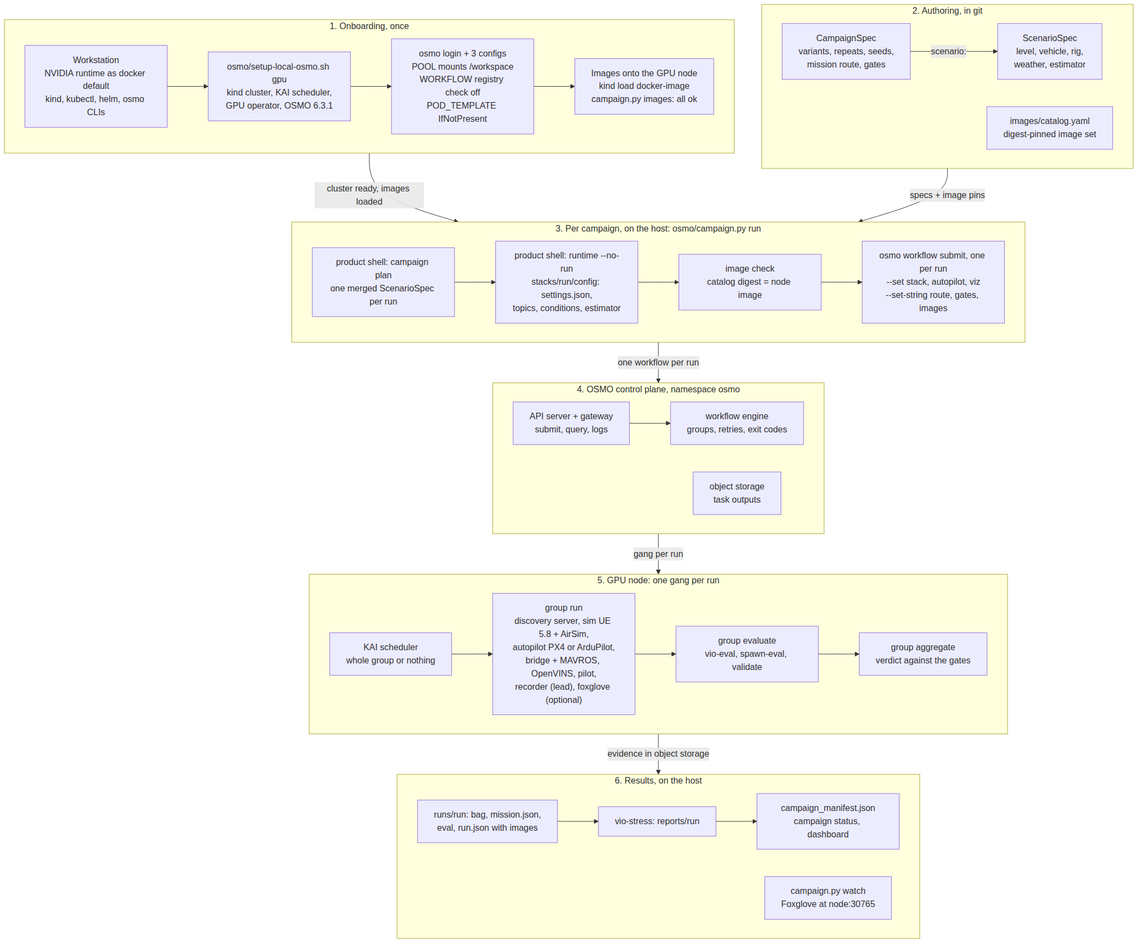
The Mermaid diagram docs/diagrams/osmo-end-to-end.png in DinoHub/M-S-Simulation-Runtime-Stack, before a commit. Its source is kept beside it as docs/diagrams/osmo-end-to-end.mermaid. Its diagram source:
```mermaid
flowchart TB
  subgraph ONB["1. Onboarding, once"]
    direction LR
    W1["Workstation<br/>NVIDIA runtime as docker default<br/>kind, kubectl, helm, osmo CLIs"]
    W2["osmo/setup-local-osmo.sh gpu<br/>kind cluster, KAI scheduler,<br/>GPU operator, OSMO 6.3.1"]
    W3["osmo login + 3 configs<br/>POOL mounts /workspace<br/>WORKFLOW registry check off<br/>POD_TEMPLATE IfNotPresent"]
    W4["Images onto the GPU node<br/>kind load docker-image<br/>campaign.py images: all ok"]
    W1 --> W2 --> W3 --> W4
  end

  subgraph AUTH["2. Authoring, in git"]
    direction LR
    CS["CampaignSpec<br/>variants, repeats, seeds,<br/>mission route, gates"]
    SS["ScenarioSpec<br/>level, vehicle, rig,<br/>weather, estimator"]
    CAT["images/catalog.yaml<br/>digest-pinned image set"]
    CS -->|"scenario:"| SS
  end

  subgraph HOST["3. Per campaign, on the host: osmo/campaign.py run"]
    direction LR
    PLAN["product shell: campaign plan<br/>one merged ScenarioSpec per run"]
    GEN["product shell: runtime --no-run<br/>stacks/run/config: settings.json,<br/>topics, conditions, estimator"]
    IMG["image check<br/>catalog digest = node image"]
    SUB["osmo workflow submit, one per run<br/>--set stack, autopilot, viz<br/>--set-string route, gates, images"]
    PLAN --> GEN --> IMG --> SUB
  end

  subgraph CP["4. OSMO control plane, namespace osmo"]
    direction LR
    API["API server + gateway<br/>submit, query, logs"]
    ENG["workflow engine<br/>groups, retries, exit codes"]
    S3["object storage<br/>task outputs"]
    API --> ENG
  end

  subgraph NODE["5. GPU node: one gang per run"]
    direction LR
    KAI["KAI scheduler<br/>whole group or nothing"]
    RUN["group run<br/>discovery server, sim UE 5.8 + AirSim,<br/>autopilot PX4 or ArduPilot,<br/>bridge + MAVROS, OpenVINS, pilot,<br/>recorder (lead), foxglove (optional)"]
    EVAL["group evaluate<br/>vio-eval, spawn-eval, validate"]
    AGG["group aggregate<br/>verdict against the gates"]
    KAI --> RUN --> EVAL --> AGG
  end

  subgraph OUT["6. Results, on the host"]
    direction LR
    PULL["runs/run: bag, mission.json,<br/>eval, run.json with images"]
    VS["vio-stress: reports/run"]
    MAN["campaign_manifest.json<br/>campaign status, dashboard"]
    WATCH["campaign.py watch<br/>Foxglove at node:30765"]
    PULL --> VS --> MAN
  end

  ONB -->|"cluster ready, images loaded"| HOST
  AUTH -->|"specs + image pins"| HOST
  HOST -->|"one workflow per run"| CP
  CP -->|"gang per run"| NODE
  NODE -->|"evidence in object storage"| OUT
```
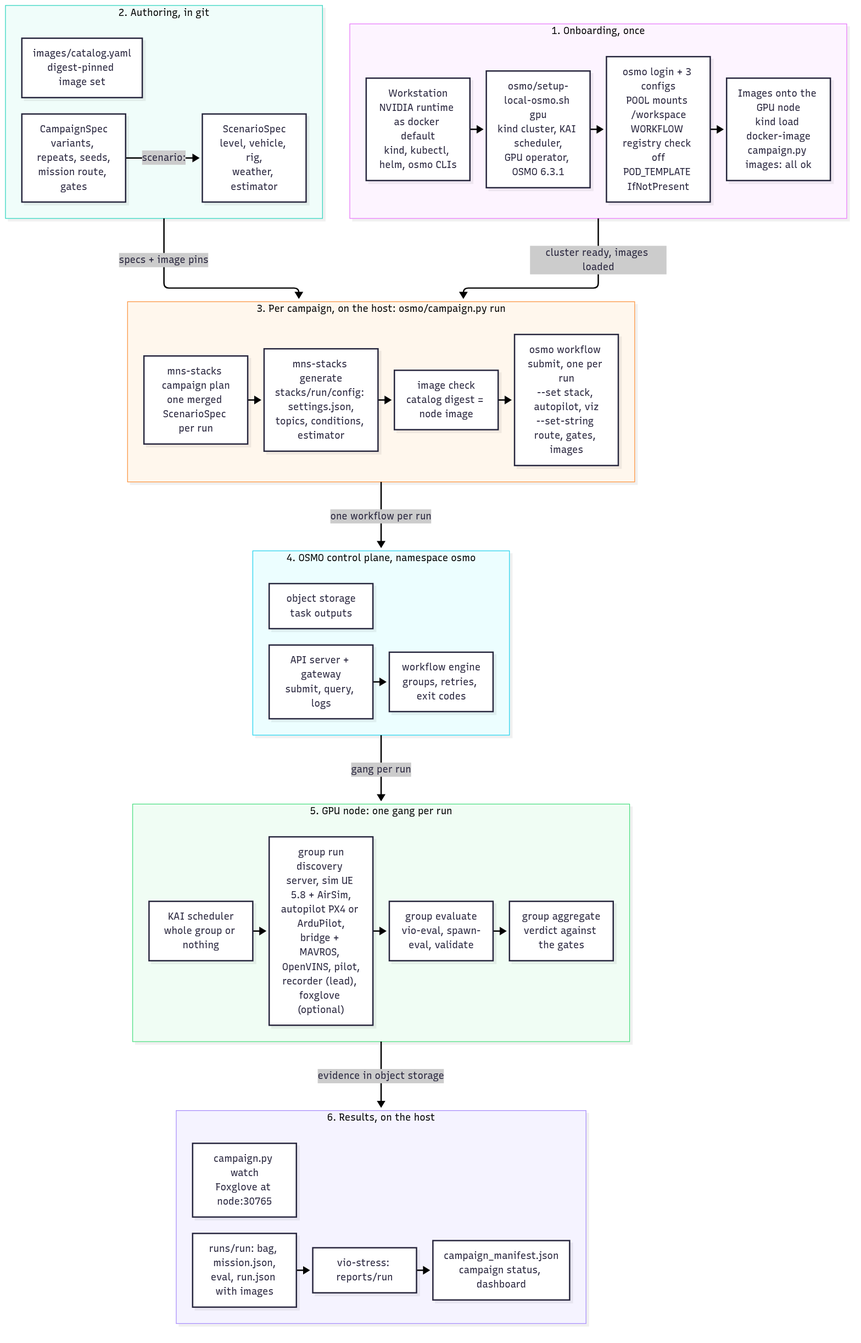
Above is the later version.

Diff of the diagram source:
```diff
@@ -18,8 +18,8 @@
 
   subgraph HOST["3. Per campaign, on the host: osmo/campaign.py run"]
     direction LR
-    PLAN["product shell: campaign plan<br/>one merged ScenarioSpec per run"]
-    GEN["product shell: runtime --no-run<br/>stacks/run/config: settings.json,<br/>topics, conditions, estimator"]
+    PLAN["mns-stacks campaign plan<br/>one merged ScenarioSpec per run"]
+    GEN["mns-stacks generate<br/>stacks/run/config: settings.json,<br/>topics, conditions, estimator"]
     IMG["image check<br/>catalog digest = node image"]
     SUB["osmo workflow submit, one per run<br/>--set stack, autopilot, viz<br/>--set-string route, gates, images"]
     PLAN --> GEN --> IMG --> SUB
```
